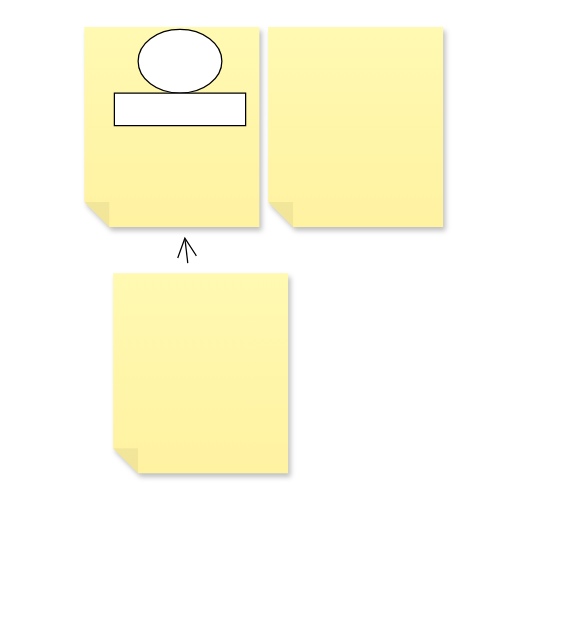
This is Untitled Diagram.drawio from linusudie91/linusudie91, a draw.io file, before an edit. Source tidied: cells renumbered, new cells numbered last; positions are measured from the earlier drawing's top-left corner, leaving out a move shared by most shapes. Both pictures are drawn from the tidied source at 125%, with x=0, y=0 at pixel (84, 26).
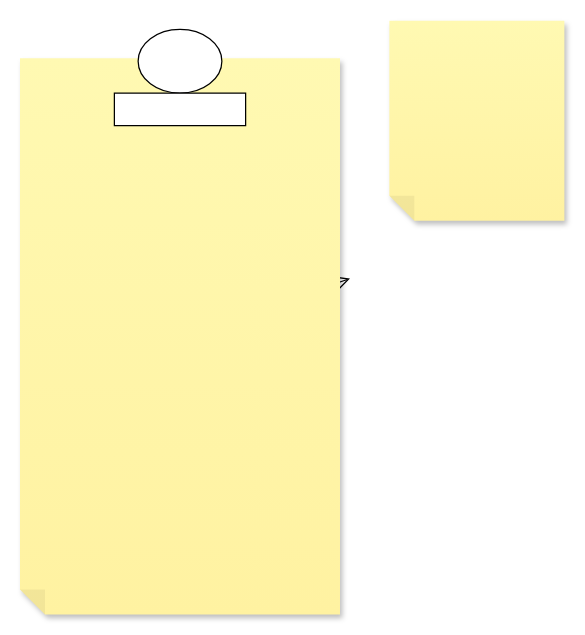
The same diagram, later.

Commit message:
Linus Udie CV

Diff of the diagram source:
```diff
@@
 <mxGraphModel>
   <root>
     <mxCell id="0" />
     <mxCell id="1" parent="0" />
-    <mxCell id="2" style="edgeStyle=none;curved=1;rounded=0;jettySize=auto;html=1;endArrow=open;startSize=14;endSize=14;sourcePerimeterSpacing=8;targetPerimeterSpacing=8;" parent="1" edge="1" source="3" target="4">
-      <mxGeometry relative="1" as="geometry" />
+    <mxCell id="2" style="edgeStyle=none;curved=1;rounded=0;jettySize=auto;html=1;endArrow=open;startSize=14;endSize=14;sourcePerimeterSpacing=8;targetPerimeterSpacing=8;" parent="1" edge="1" target="4">
+      <mxGeometry relative="1" as="geometry">
+        <mxPoint x="157" y="220.2" as="sourcePoint" />
+      </mxGeometry>
     </mxCell>
-    <mxCell id="3" style="shape=note;whiteSpace=wrap;html=1;backgroundOutline=1;fontColor=#000000;darkOpacity=0.05;fillColor=#FFF9B2;strokeColor=none;fillStyle=solid;direction=west;gradientDirection=north;gradientColor=#FFF2A1;shadow=1;size=20;hachureGap=4;" parent="1" vertex="1">
-      <mxGeometry x="23" y="197" width="140" height="160" as="geometry" />
-    </mxCell>
     <mxCell id="4" style="shape=note;whiteSpace=wrap;html=1;backgroundOutline=1;fontColor=#000000;darkOpacity=0.05;fillColor=#FFF9B2;strokeColor=none;fillStyle=solid;direction=west;gradientDirection=north;gradientColor=#FFF2A1;shadow=1;size=20;hachureGap=4;" parent="1" vertex="1">
-      <mxGeometry width="140" height="160" as="geometry" />
+      <mxGeometry x="-51.5" y="25" width="256" height="445" as="geometry" />
     </mxCell>
     <mxCell id="5" style="shape=note;whiteSpace=wrap;html=1;backgroundOutline=1;fontColor=#000000;darkOpacity=0.05;fillColor=#FFF9B2;strokeColor=none;fillStyle=solid;direction=west;gradientDirection=north;gradientColor=#FFF2A1;shadow=1;size=20;hachureGap=4;" parent="1" vertex="1">
-      <mxGeometry x="147" width="140" height="160" as="geometry" />
+      <mxGeometry x="244" y="-5" width="140" height="160" as="geometry" />
     </mxCell>
     <mxCell id="6" style="ellipse;whiteSpace=wrap;html=1;hachureGap=4;" parent="1" vertex="1">
       <mxGeometry x="43" y="2" width="67" height="51" as="geometry" />
     </mxCell>
     <mxCell id="7" style="rounded=0;whiteSpace=wrap;html=1;hachureGap=4;" parent="1" vertex="1">
       <mxGeometry x="24" y="53" width="105" height="26" as="geometry" />
     </mxCell>
   </root>
 </mxGraphModel>
```
